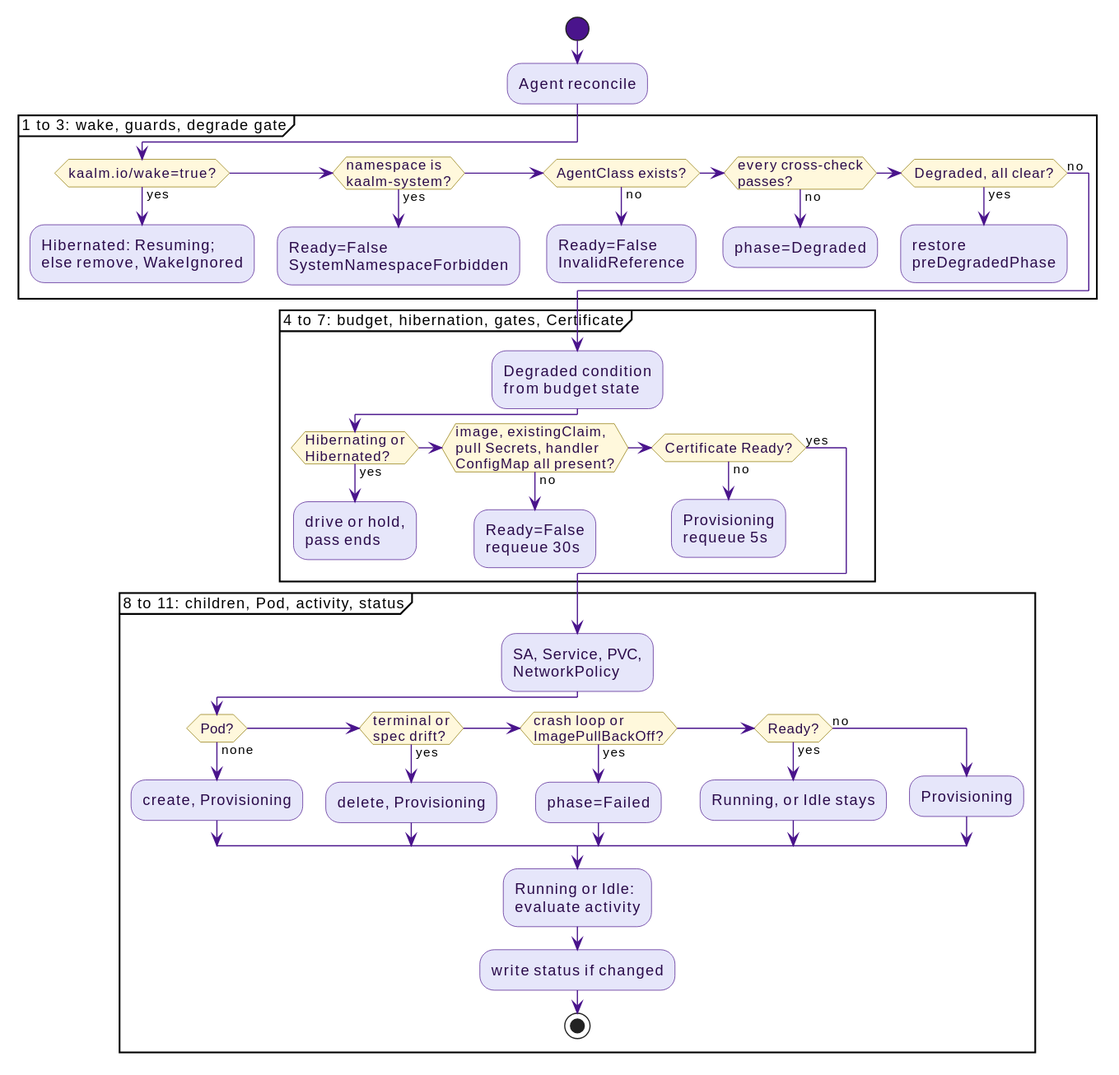
Earlier version of the PlantUML export docs/src/diagrams/agent-reconcile-pass.svg (win07xp/kaalm).
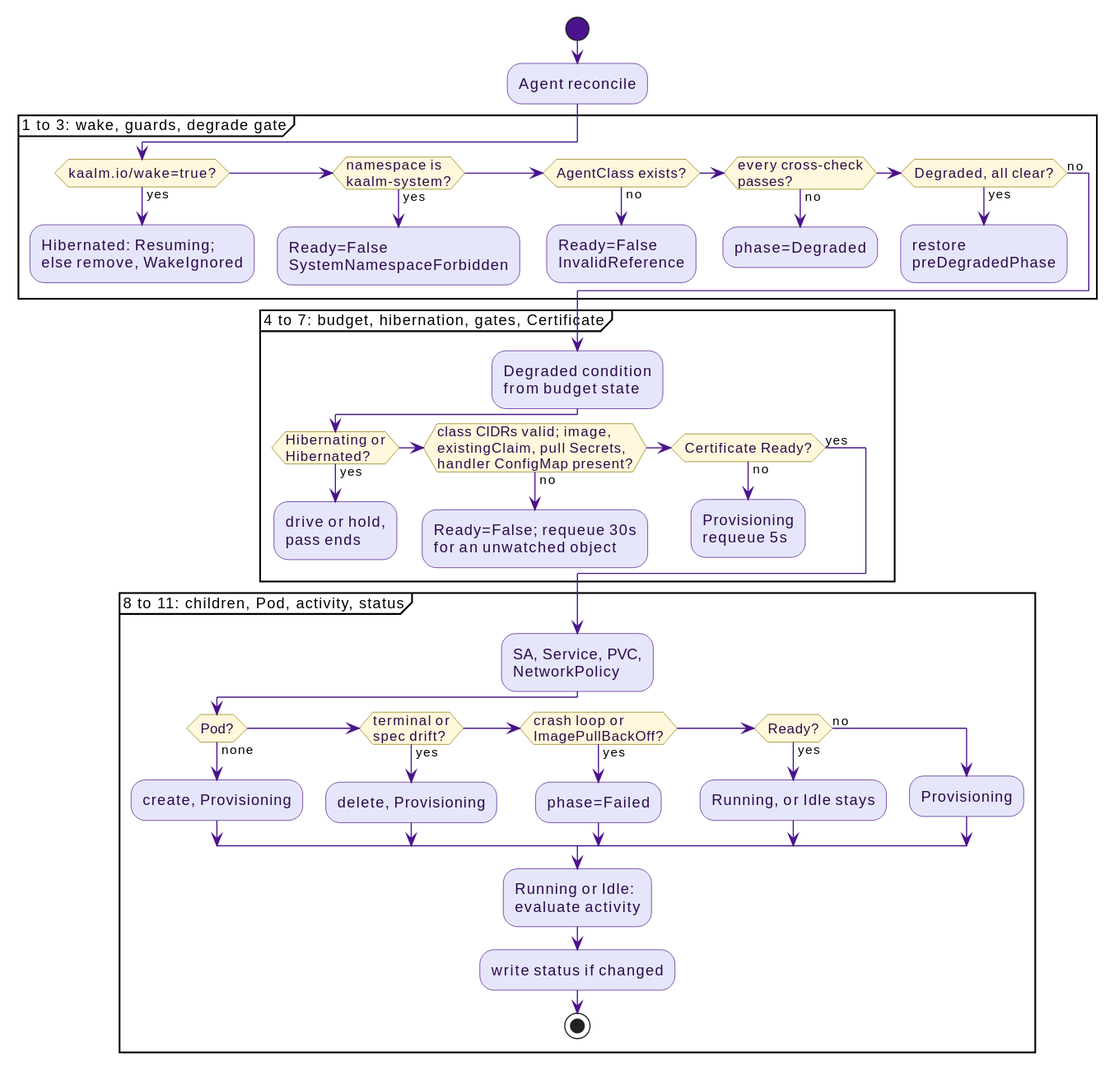
After the change.

The edit, as a diff of the source:
```diff
@@ -29,8 +29,8 @@
   if (Hibernating or\nHibernated?) then (yes)
     :drive or hold,\npass ends;
     kill
-  elseif (image, existingClaim,\npull Secrets, handler\nConfigMap all present?) then (no)
-    :Ready=False\nrequeue 30s;
+  elseif (class CIDRs valid; image,\nexistingClaim, pull Secrets,\nhandler ConfigMap present?) then (no)
+    :Ready=False; requeue 30s\nfor an unwatched object;
     kill
   elseif (Certificate Ready?) then (no)
     :Provisioning\nrequeue 5s;
```
